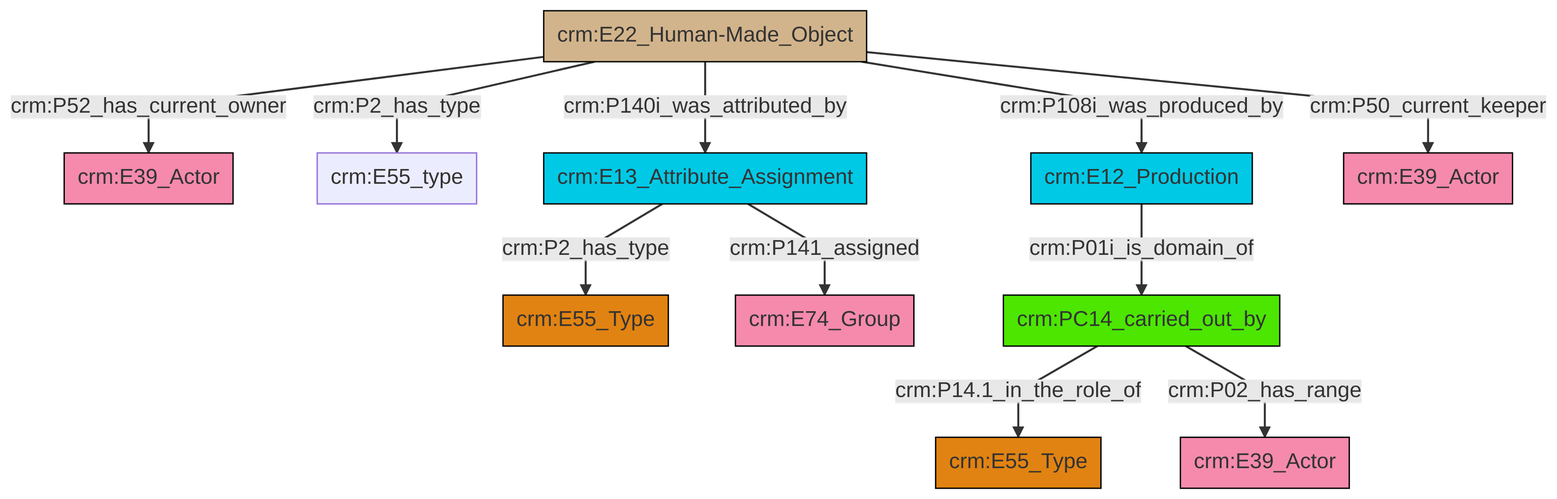
Above: et/artworkCSV/ttl/mmd/png/Artwork_Actor_Relations.png in swiss-art-research-net/docs.swissartresearch (Mermaid), before the change. Its source is kept beside it as et/artworkCSV/ttl/mmd/Artwork_Actor_Relations.ttl.mmd.
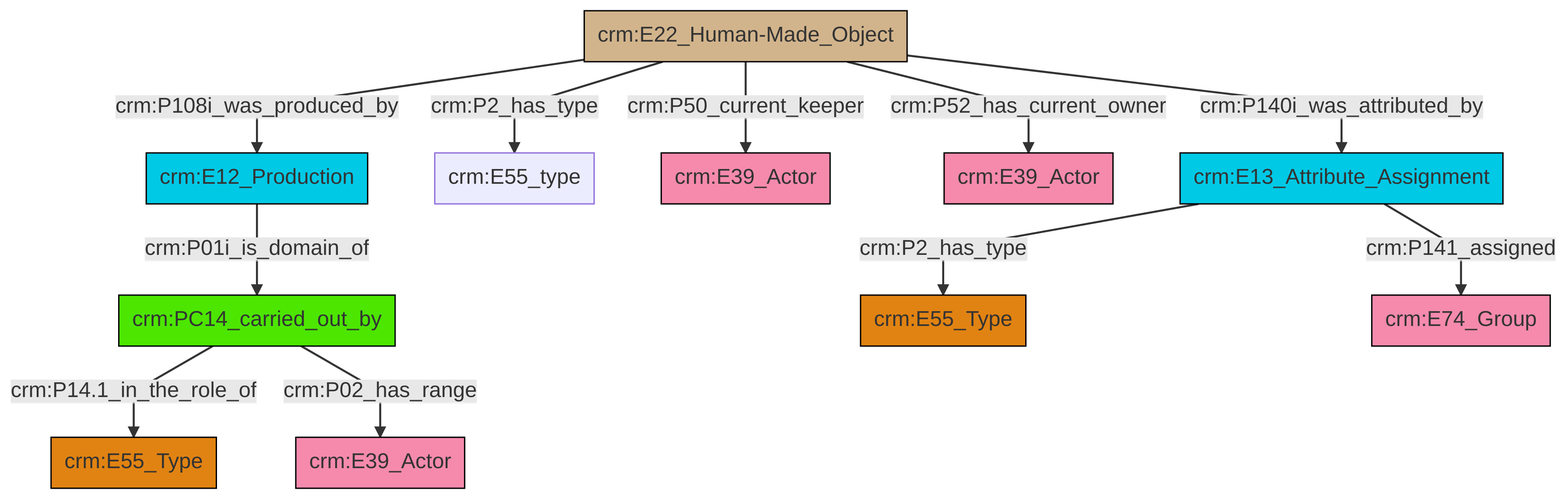
Above is the later version.

Diff of the diagram source:
```diff
@@ -13,13 +13,13 @@
 classDef PC_Classes fill:#4ce600, stroke:#000000;
 classDef Multi fill:#cccccc,stroke:#000000;
 
-0["crm:E22_Human-Made_Object"]:::Physical_Thing -->|crm:P52_has_current_owner| 1["crm:E39_Actor"]:::Actor
-0["crm:E22_Human-Made_Object"]:::Physical_Thing -->|crm:P2_has_type| 3["crm:E55_type"]:::Default
-12["crm:E13_Attribute_Assignment"]:::Temporal_Entity -->|crm:P141_assigned| 6["crm:E74_Group"]:::Actor
+4["crm:E22_Human-Made_Object"]:::Physical_Thing -->|crm:P108i_was_produced_by| 5["crm:E12_Production"]:::Temporal_Entity
 8["crm:PC14_carried_out_by"]:::PC_Classes -->|crm:P14.1_in_the_role_of| 10["crm:E55_Type"]:::Type
-8["crm:PC14_carried_out_by"]:::PC_Classes -->|crm:P02_has_range| 15["crm:E39_Actor"]:::Actor
-0["crm:E22_Human-Made_Object"]:::Physical_Thing -->|crm:P140i_was_attributed_by| 12["crm:E13_Attribute_Assignment"]:::Temporal_Entity
-16["crm:E12_Production"]:::Temporal_Entity -->|crm:P01i_is_domain_of| 8["crm:PC14_carried_out_by"]:::PC_Classes
-0["crm:E22_Human-Made_Object"]:::Physical_Thing -->|crm:P108i_was_produced_by| 16["crm:E12_Production"]:::Temporal_Entity
-12["crm:E13_Attribute_Assignment"]:::Temporal_Entity -->|crm:P2_has_type| 4["crm:E55_Type"]:::Type
-0["crm:E22_Human-Made_Object"]:::Physical_Thing -->|crm:P50_current_keeper| 19["crm:E39_Actor"]:::Actor
+4["crm:E22_Human-Made_Object"]:::Physical_Thing -->|crm:P2_has_type| 2["crm:E55_type"]:::Default
+5["crm:E12_Production"]:::Temporal_Entity -->|crm:P01i_is_domain_of| 8["crm:PC14_carried_out_by"]:::PC_Classes
+17["crm:E13_Attribute_Assignment"]:::Temporal_Entity -->|crm:P2_has_type| 12["crm:E55_Type"]:::Type
+8["crm:PC14_carried_out_by"]:::PC_Classes -->|crm:P02_has_range| 6["crm:E39_Actor"]:::Actor
+4["crm:E22_Human-Made_Object"]:::Physical_Thing -->|crm:P50_current_keeper| 15["crm:E39_Actor"]:::Actor
+4["crm:E22_Human-Made_Object"]:::Physical_Thing -->|crm:P52_has_current_owner| 20["crm:E39_Actor"]:::Actor
+17["crm:E13_Attribute_Assignment"]:::Temporal_Entity -->|crm:P141_assigned| 0["crm:E74_Group"]:::Actor
+4["crm:E22_Human-Made_Object"]:::Physical_Thing -->|crm:P140i_was_attributed_by| 17["crm:E13_Attribute_Assignment"]:::Temporal_Entity
```
